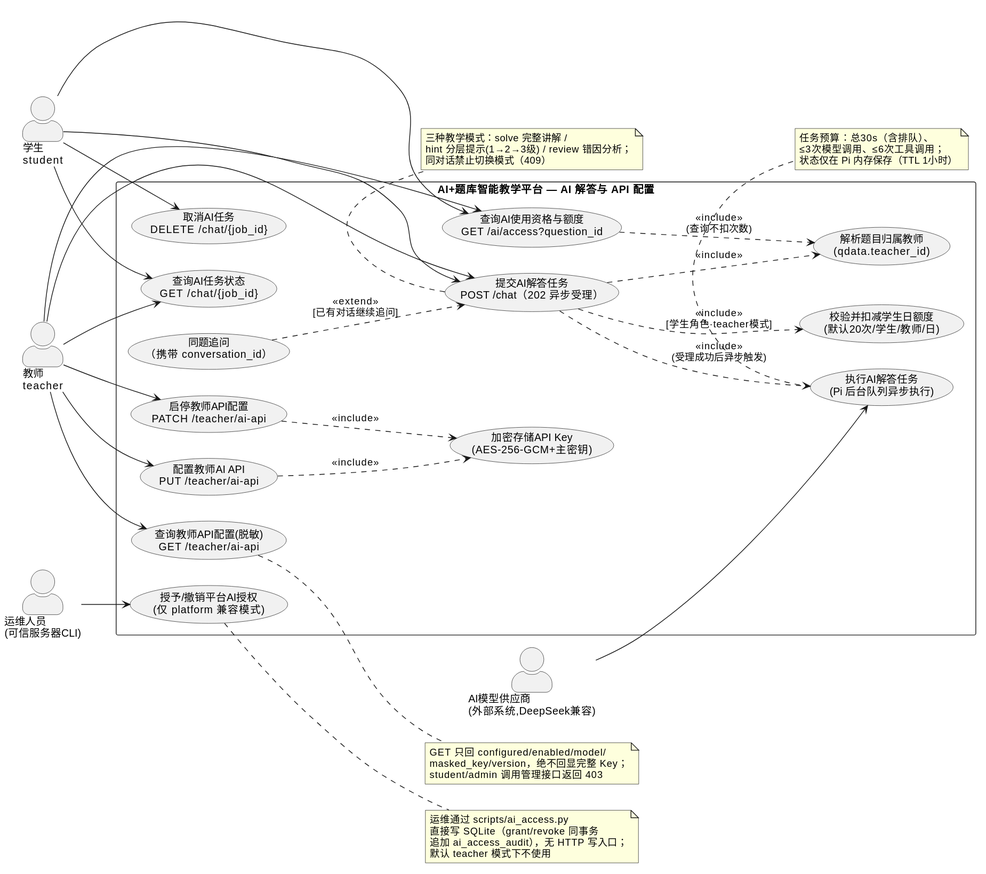
Araaaagorn/ai-question-bank keeps this PlantUML diagram as OOA_OOD/diagrams/usecase/uc2_ai_config.svg. Above is the earlier version. Source of this version:
```plantuml
@startuml
left to right direction
skinparam shadowing false
skinparam actorStyle awesome
skinparam packageStyle rectangle

actor "学生\nstudent" as Student
actor "教师\nteacher" as Teacher
actor "运维人员\n(可信服务器CLI)" as Ops
actor "AI模型供应商\n(外部系统,DeepSeek兼容)" as Provider

rectangle "AI+题库智能教学平台 — AI 解答与 API 配置" {
  usecase "查询AI使用资格与额度\nGET /ai/access?question_id" as UCAccess
  usecase "提交AI解答任务\nPOST /chat（202 异步受理）" as UCSubmit
  usecase "同题追问\n（携带 conversation_id）" as UCFollow
  usecase "查询AI任务状态\nGET /chat/{job_id}" as UCStatus
  usecase "取消AI任务\nDELETE /chat/{job_id}" as UCCancel
  usecase "执行AI解答任务\n(Pi 后台队列异步执行)" as UCExec
  usecase "解析题目归属教师\n(qdata.teacher_id)" as UCResolve
  usecase "校验并扣减学生日额度\n(默认20次/学生/教师/日)" as UCQuota
  usecase "配置教师AI API\nPUT /teacher/ai-api" as UCPut
  usecase "查询教师API配置(脱敏)\nGET /teacher/ai-api" as UCGet
  usecase "启停教师API配置\nPATCH /teacher/ai-api" as UCPatch
  usecase "加密存储API Key\n(AES-256-GCM+主密钥)" as UCEnc
  usecase "授予/撤销平台AI授权\n(仅 platform 兼容模式)" as UCGrant
}

Student --> UCAccess
Student --> UCSubmit
Student --> UCStatus
Student --> UCCancel
Teacher --> UCAccess
Teacher --> UCSubmit
Teacher --> UCStatus
Teacher --> UCPut
Teacher --> UCGet
Teacher --> UCPatch

UCFollow ..> UCSubmit : <<extend>>\n[已有对话继续追问]
UCSubmit ..> UCResolve : <<include>>
UCSubmit ..> UCQuota : <<include>>\n[学生角色·teacher模式]
UCSubmit ..> UCExec : <<include>>\n(受理成功后异步触发)
UCAccess ..> UCResolve : <<include>>\n(查询不扣次数)
UCPut ..> UCEnc : <<include>>
UCPatch ..> UCEnc : <<include>>

Provider --> UCExec
Ops --> UCGrant

note bottom of UCSubmit
  三种教学模式：solve 完整讲解 /
  hint 分层提示(1→2→3级) / review 错因分析；
  同对话禁止切换模式（409）
end note

note bottom of UCExec
  任务预算：总30s（含排队）、
  ≤3次模型调用、≤6次工具调用；
  状态仅在 Pi 内存保存（TTL 1小时）
end note

note right of UCGrant
  运维通过 scripts/ai_access.py
  直接写 SQLite（grant/revoke 同事务
  追加 ai_access_audit），无 HTTP 写入口；
  默认 teacher 模式下不使用
end note

note right of UCGet
  GET 只回 configured/enabled/model/
  masked_key/version，绝不回显完整 Key；
  student/admin 调用管理接口返回 403
end note
@enduml
```
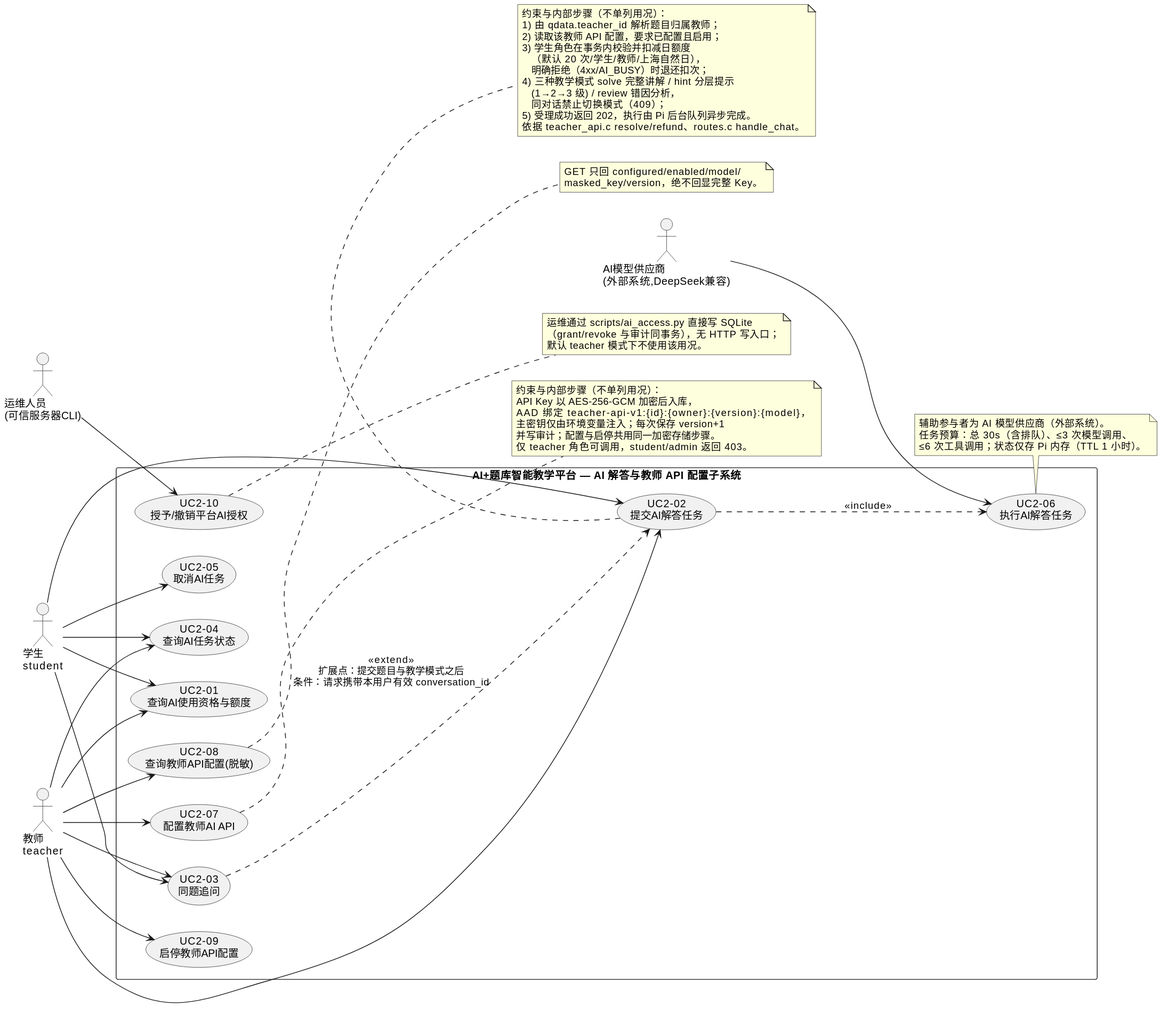
After the change.

Change to the diagram source:
```diff
@@ -1,7 +1,6 @@
 @startuml
 left to right direction
 skinparam shadowing false
-skinparam actorStyle awesome
 skinparam packageStyle rectangle
 
 actor "学生\nstudent" as Student
@@ -9,66 +8,75 @@
 actor "运维人员\n(可信服务器CLI)" as Ops
 actor "AI模型供应商\n(外部系统,DeepSeek兼容)" as Provider
 
-rectangle "AI+题库智能教学平台 — AI 解答与 API 配置" {
-  usecase "查询AI使用资格与额度\nGET /ai/access?question_id" as UCAccess
-  usecase "提交AI解答任务\nPOST /chat（202 异步受理）" as UCSubmit
-  usecase "同题追问\n（携带 conversation_id）" as UCFollow
-  usecase "查询AI任务状态\nGET /chat/{job_id}" as UCStatus
-  usecase "取消AI任务\nDELETE /chat/{job_id}" as UCCancel
-  usecase "执行AI解答任务\n(Pi 后台队列异步执行)" as UCExec
-  usecase "解析题目归属教师\n(qdata.teacher_id)" as UCResolve
-  usecase "校验并扣减学生日额度\n(默认20次/学生/教师/日)" as UCQuota
-  usecase "配置教师AI API\nPUT /teacher/ai-api" as UCPut
-  usecase "查询教师API配置(脱敏)\nGET /teacher/ai-api" as UCGet
-  usecase "启停教师API配置\nPATCH /teacher/ai-api" as UCPatch
-  usecase "加密存储API Key\n(AES-256-GCM+主密钥)" as UCEnc
-  usecase "授予/撤销平台AI授权\n(仅 platform 兼容模式)" as UCGrant
+rectangle "AI+题库智能教学平台 — AI 解答与教师 API 配置子系统" {
+  usecase "UC2-01\n查询AI使用资格与额度" as UCAccess
+  usecase "UC2-02\n提交AI解答任务" as UCSubmit
+  usecase "UC2-03\n同题追问" as UCFollow
+  usecase "UC2-04\n查询AI任务状态" as UCStatus
+  usecase "UC2-05\n取消AI任务" as UCCancel
+  usecase "UC2-06\n执行AI解答任务" as UCExec
+  usecase "UC2-07\n配置教师AI API" as UCPut
+  usecase "UC2-08\n查询教师API配置(脱敏)" as UCGet
+  usecase "UC2-09\n启停教师API配置" as UCPatch
+  usecase "UC2-10\n授予/撤销平台AI授权" as UCGrant
 }
 
 Student --> UCAccess
 Student --> UCSubmit
+Student --> UCFollow
 Student --> UCStatus
 Student --> UCCancel
 Teacher --> UCAccess
 Teacher --> UCSubmit
+Teacher --> UCFollow
 Teacher --> UCStatus
 Teacher --> UCPut
 Teacher --> UCGet
 Teacher --> UCPatch
 
-UCFollow ..> UCSubmit : <<extend>>\n[已有对话继续追问]
-UCSubmit ..> UCResolve : <<include>>
-UCSubmit ..> UCQuota : <<include>>\n[学生角色·teacher模式]
-UCSubmit ..> UCExec : <<include>>\n(受理成功后异步触发)
-UCAccess ..> UCResolve : <<include>>\n(查询不扣次数)
-UCPut ..> UCEnc : <<include>>
-UCPatch ..> UCEnc : <<include>>
+UCFollow ..> UCSubmit : <<extend>>\n扩展点：提交题目与教学模式之后\n条件：请求携带本用户有效 conversation_id
+UCSubmit ..> UCExec : <<include>>
 
 Provider --> UCExec
 Ops --> UCGrant
 
 note bottom of UCSubmit
-  三种教学模式：solve 完整讲解 /
-  hint 分层提示(1→2→3级) / review 错因分析；
-  同对话禁止切换模式（409）
+  约束与内部步骤（不单列用况）：
+  1) 由 qdata.teacher_id 解析题目归属教师；
+  2) 读取该教师 API 配置，要求已配置且启用；
+  3) 学生角色在事务内校验并扣减日额度
+     （默认 20 次/学生/教师/上海自然日），
+     明确拒绝（4xx/AI_BUSY）时退还扣次；
+  4) 三种教学模式 solve 完整讲解 / hint 分层提示
+     (1→2→3 级) / review 错因分析，
+     同对话禁止切换模式（409）；
+  5) 受理成功返回 202，执行由 Pi 后台队列异步完成。
+  依据 teacher_api.c resolve/refund、routes.c handle_chat。
 end note
 
 note bottom of UCExec
-  任务预算：总30s（含排队）、
-  ≤3次模型调用、≤6次工具调用；
-  状态仅在 Pi 内存保存（TTL 1小时）
+  辅助参与者为 AI 模型供应商（外部系统）。
+  任务预算：总 30s（含排队）、≤3 次模型调用、
+  ≤6 次工具调用；状态仅存 Pi 内存（TTL 1 小时）。
 end note
 
-note right of UCGrant
-  运维通过 scripts/ai_access.py
-  直接写 SQLite（grant/revoke 同事务
-  追加 ai_access_audit），无 HTTP 写入口；
-  默认 teacher 模式下不使用
+note right of UCPut
+  约束与内部步骤（不单列用况）：
+  API Key 以 AES-256-GCM 加密后入库，
+  AAD 绑定 teacher-api-v1:{id}:{owner}:{version}:{model}，
+  主密钥仅由环境变量注入；每次保存 version+1
+  并写审计；配置与启停共用同一加密存储步骤。
+  仅 teacher 角色可调用，student/admin 返回 403。
 end note
 
 note right of UCGet
   GET 只回 configured/enabled/model/
-  masked_key/version，绝不回显完整 Key；
-  student/admin 调用管理接口返回 403
+  masked_key/version，绝不回显完整 Key。
+end note
+
+note right of UCGrant
+  运维通过 scripts/ai_access.py 直接写 SQLite
+  （grant/revoke 与审计同事务），无 HTTP 写入口；
+  默认 teacher 模式下不使用该用况。
 end note
 @enduml
```
